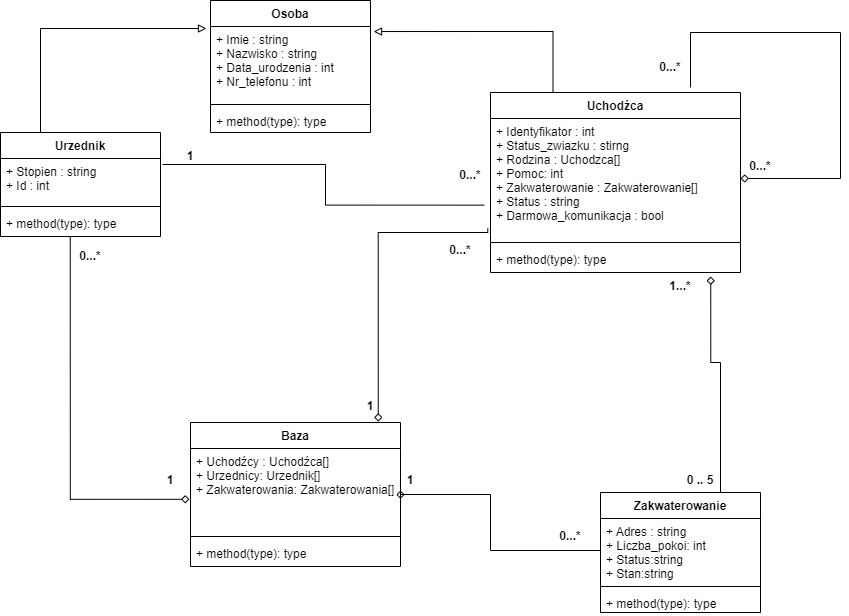
This is diagramy klas/diagram klas.drawio.png from TheRipSon/inzyneria-oprogramowania, a draw.io export, as it was before one commit. Source tidied: cells renumbered, new cells last; positions are measured from the earlier drawing's top-left corner, leaving out a move shared by most shapes. Its diagram source:
```xml
<mxGraphModel>
  <root>
    <mxCell id="0" />
    <mxCell id="1" parent="0" />
    <mxCell id="2" value="Osoba" style="swimlane;fontStyle=1;align=center;verticalAlign=top;horizontal=1;startSize=26;" parent="1" vertex="1">
      <mxGeometry x="210" width="160" height="132" as="geometry" />
    </mxCell>
    <mxCell id="3" value="+ Imie : string&#10;+ Nazwisko : string&#10;+ Data_urodzenia : int&#10;+ Nr_telefonu : int" style="text;strokeColor=none;fillColor=none;align=left;verticalAlign=top;spacingLeft=4;spacingRight=4;overflow=hidden;points=[[0,0.5],[1,0.5]];portConstraint=eastwest;" parent="2" vertex="1">
      <mxGeometry y="26" width="160" height="74" as="geometry" />
    </mxCell>
    <mxCell id="4" style="line;strokeWidth=1;fillColor=none;align=left;verticalAlign=middle;spacingTop=-1;spacingLeft=3;spacingRight=3;labelPosition=right;" parent="2" vertex="1">
      <mxGeometry y="100" width="160" height="8" as="geometry" />
    </mxCell>
    <mxCell id="5" value="+ method(type): type" style="text;strokeColor=none;fillColor=none;align=left;verticalAlign=top;spacingLeft=4;spacingRight=4;overflow=hidden;" parent="2" vertex="1">
      <mxGeometry y="108" width="160" height="24" as="geometry" />
    </mxCell>
    <mxCell id="6" value="Uchodźca" style="swimlane;fontStyle=1;align=center;verticalAlign=top;horizontal=1;startSize=26;" parent="1" vertex="1">
      <mxGeometry x="490" y="92" width="250" height="180" as="geometry" />
    </mxCell>
    <mxCell id="7" value="+ Identyfikator : int&#10;+ Status_zwiazku : stirng&#10;+ Rodzina : Uchodzca[]&#10;+ Pomoc: int&#10;+ Zakwaterowanie : Zakwaterowanie[]&#10;+ Status : string&#10;+ Darmowa_komunikacja : bool" style="text;strokeColor=none;fillColor=none;align=left;verticalAlign=top;spacingLeft=4;spacingRight=4;overflow=hidden;points=[[0,0.5],[1,0.5]];portConstraint=eastwest;" parent="6" vertex="1">
      <mxGeometry y="26" width="250" height="120" as="geometry" />
    </mxCell>
    <mxCell id="8" style="line;strokeWidth=1;fillColor=none;align=left;verticalAlign=middle;spacingTop=-1;spacingLeft=3;spacingRight=3;labelPosition=right;" parent="6" vertex="1">
      <mxGeometry y="146" width="250" height="8" as="geometry" />
    </mxCell>
    <mxCell id="9" value="+ method(type): type" style="text;strokeColor=none;fillColor=none;align=left;verticalAlign=top;spacingLeft=4;spacingRight=4;overflow=hidden;points=[[0,0.5],[1,0.5]];portConstraint=eastwest;" parent="6" vertex="1">
      <mxGeometry y="154" width="250" height="26" as="geometry" />
    </mxCell>
    <mxCell id="10" style="edgeStyle=orthogonalEdgeStyle;rounded=0;jettySize=auto;html=1;entryX=0.8;entryY=-0.028;entryDx=0;entryDy=0;exitX=1;exitY=0.5;exitDx=0;exitDy=0;endArrow=none;endFill=0;startArrow=diamond;startFill=0;entryPerimeter=0;" parent="6" edge="1" source="7" target="6">
      <mxGeometry relative="1" as="geometry">
        <Array as="points">
          <mxPoint x="350" y="86" />
          <mxPoint x="350" y="-60" />
          <mxPoint x="200" y="-60" />
        </Array>
      </mxGeometry>
    </mxCell>
    <mxCell id="11" value="Zakwaterowanie" style="swimlane;fontStyle=1;align=center;verticalAlign=top;horizontal=1;startSize=26;" parent="1" vertex="1">
      <mxGeometry x="600" y="492" width="160" height="120" as="geometry" />
    </mxCell>
    <mxCell id="12" value="+ Adres : string&#10;+ Liczba_pokoi: int&#10;+ Status:string&#10;+ Stan:string" style="text;strokeColor=none;fillColor=none;align=left;verticalAlign=top;spacingLeft=4;spacingRight=4;overflow=hidden;points=[[0,0.5],[1,0.5]];portConstraint=eastwest;" parent="11" vertex="1">
      <mxGeometry y="26" width="160" height="64" as="geometry" />
    </mxCell>
    <mxCell id="13" style="line;strokeWidth=1;fillColor=none;align=left;verticalAlign=middle;spacingTop=-1;spacingLeft=3;spacingRight=3;labelPosition=right;" parent="11" vertex="1">
      <mxGeometry y="90" width="160" height="8" as="geometry" />
    </mxCell>
    <mxCell id="14" value="+ method(type): type" style="text;strokeColor=none;fillColor=none;align=left;verticalAlign=top;spacingLeft=4;spacingRight=4;overflow=hidden;" parent="11" vertex="1">
      <mxGeometry y="98" width="160" height="22" as="geometry" />
    </mxCell>
    <mxCell id="15" value="Urzednik" style="swimlane;fontStyle=1;align=center;verticalAlign=top;horizontal=1;startSize=26;" parent="1" vertex="1">
      <mxGeometry y="132" width="160" height="104" as="geometry" />
    </mxCell>
    <mxCell id="16" value="+ Stopien : string&#10;+ Id : int" style="text;strokeColor=none;fillColor=none;align=left;verticalAlign=top;spacingLeft=4;spacingRight=4;overflow=hidden;points=[[0,0.5],[1,0.5]];portConstraint=eastwest;" parent="15" vertex="1">
      <mxGeometry y="26" width="160" height="44" as="geometry" />
    </mxCell>
    <mxCell id="17" style="line;strokeWidth=1;fillColor=none;align=left;verticalAlign=middle;spacingTop=-1;spacingLeft=3;spacingRight=3;labelPosition=right;" parent="15" vertex="1">
      <mxGeometry y="70" width="160" height="8" as="geometry" />
    </mxCell>
    <mxCell id="18" value="+ method(type): type" style="text;strokeColor=none;fillColor=none;align=left;verticalAlign=top;spacingLeft=4;spacingRight=4;overflow=hidden;points=[[0,0.5],[1,0.5]];portConstraint=eastwest;" parent="15" vertex="1">
      <mxGeometry y="78" width="160" height="26" as="geometry" />
    </mxCell>
    <mxCell id="19" value="Baza" style="swimlane;fontStyle=1;align=center;verticalAlign=top;horizontal=1;startSize=26;" parent="1" vertex="1">
      <mxGeometry x="190" y="422" width="210" height="144" as="geometry" />
    </mxCell>
    <mxCell id="20" value="+ Uchodźcy : Uchodźca[]&#10;+ Urzednicy: Urzednik[]&#10;+ Zakwaterowania: Zakwaterowania[]" style="text;strokeColor=none;fillColor=none;align=left;verticalAlign=top;spacingLeft=4;spacingRight=4;overflow=hidden;points=[[0,0.5],[1,0.5]];portConstraint=eastwest;" parent="19" vertex="1">
      <mxGeometry y="26" width="210" height="84" as="geometry" />
    </mxCell>
    <mxCell id="21" style="line;strokeWidth=1;fillColor=none;align=left;verticalAlign=middle;spacingTop=-1;spacingLeft=3;spacingRight=3;labelPosition=right;" parent="19" vertex="1">
      <mxGeometry y="110" width="210" height="8" as="geometry" />
    </mxCell>
    <mxCell id="22" value="+ method(type): type" style="text;strokeColor=none;fillColor=none;align=left;verticalAlign=top;spacingLeft=4;spacingRight=4;overflow=hidden;" parent="19" vertex="1">
      <mxGeometry y="118" width="210" height="26" as="geometry" />
    </mxCell>
    <mxCell id="23" style="edgeStyle=orthogonalEdgeStyle;rounded=0;jettySize=auto;html=1;entryX=1.019;entryY=0.068;entryDx=0;entryDy=0;entryPerimeter=0;exitX=0.25;exitY=0;exitDx=0;exitDy=0;endArrow=block;endFill=0;startArrow=none;startFill=0;" parent="1" edge="1" source="6" target="3">
      <mxGeometry relative="1" as="geometry" />
    </mxCell>
    <mxCell id="24" style="edgeStyle=orthogonalEdgeStyle;rounded=0;jettySize=auto;html=1;entryX=0.25;entryY=0;entryDx=0;entryDy=0;exitX=-0.025;exitY=0.027;exitDx=0;exitDy=0;endArrow=none;endFill=0;exitPerimeter=0;startArrow=block;startFill=0;" parent="1" edge="1" source="3" target="15">
      <mxGeometry relative="1" as="geometry" />
    </mxCell>
    <mxCell id="25" value="0...*" style="text;align=center;fontStyle=1;verticalAlign=middle;spacingLeft=3;spacingRight=3;strokeColor=none;" parent="1" vertex="1">
      <mxGeometry x="50" y="242" width="80" height="26" as="geometry" />
    </mxCell>
    <mxCell id="26" value="1" style="text;align=center;fontStyle=1;verticalAlign=middle;spacingLeft=3;spacingRight=3;strokeColor=none;" parent="1" vertex="1">
      <mxGeometry x="330" y="392" width="80" height="26" as="geometry" />
    </mxCell>
    <mxCell id="27" style="edgeStyle=orthogonalEdgeStyle;rounded=0;jettySize=auto;html=1;entryX=1.013;entryY=0.136;entryDx=0;entryDy=0;exitX=-0.025;exitY=0.722;exitDx=0;exitDy=0;endArrow=none;endFill=0;exitPerimeter=0;startArrow=none;startFill=0;entryPerimeter=0;" parent="1" edge="1" source="7" target="16">
      <mxGeometry relative="1" as="geometry" />
    </mxCell>
    <mxCell id="28" value="1" style="text;align=center;fontStyle=1;verticalAlign=middle;spacingLeft=3;spacingRight=3;strokeColor=none;" parent="1" vertex="1">
      <mxGeometry x="370" y="466" width="80" height="26" as="geometry" />
    </mxCell>
    <mxCell id="29" style="edgeStyle=orthogonalEdgeStyle;rounded=0;jettySize=auto;html=1;entryX=0.75;entryY=0;entryDx=0;entryDy=0;exitX=0.881;exitY=1.154;exitDx=0;exitDy=0;endArrow=none;endFill=0;exitPerimeter=0;startArrow=diamond;startFill=0;" parent="1" edge="1" source="9" target="11">
      <mxGeometry relative="1" as="geometry">
        <Array as="points">
          <mxPoint x="710" y="362" />
          <mxPoint x="720" y="362" />
        </Array>
      </mxGeometry>
    </mxCell>
    <mxCell id="30" value="0...*" style="text;align=center;fontStyle=1;verticalAlign=middle;spacingLeft=3;spacingRight=3;strokeColor=none;" parent="1" vertex="1">
      <mxGeometry x="430" y="161" width="80" height="26" as="geometry" />
    </mxCell>
    <mxCell id="31" value="1" style="text;align=center;fontStyle=1;verticalAlign=middle;spacingLeft=3;spacingRight=3;strokeColor=none;" parent="1" vertex="1">
      <mxGeometry x="150" y="142" width="80" height="26" as="geometry" />
    </mxCell>
    <mxCell id="32" value="0 .. 5" style="text;align=center;fontStyle=1;verticalAlign=middle;spacingLeft=3;spacingRight=3;strokeColor=none;" parent="1" vertex="1">
      <mxGeometry x="660" y="466" width="80" height="26" as="geometry" />
    </mxCell>
    <mxCell id="33" value="1...*" style="text;align=center;fontStyle=1;verticalAlign=middle;spacingLeft=3;spacingRight=3;strokeColor=none;" parent="1" vertex="1">
      <mxGeometry x="640" y="272" width="80" height="26" as="geometry" />
    </mxCell>
    <mxCell id="34" value="0...*" style="text;align=center;fontStyle=1;verticalAlign=middle;spacingLeft=3;spacingRight=3;strokeColor=none;" parent="1" vertex="1">
      <mxGeometry x="630" y="53" width="80" height="26" as="geometry" />
    </mxCell>
    <mxCell id="35" value="0...*" style="text;align=center;fontStyle=1;verticalAlign=middle;spacingLeft=3;spacingRight=3;strokeColor=none;" parent="1" vertex="1">
      <mxGeometry x="720" y="152" width="80" height="26" as="geometry" />
    </mxCell>
    <mxCell id="36" style="edgeStyle=orthogonalEdgeStyle;rounded=0;jettySize=auto;html=1;entryX=0;entryY=0.5;entryDx=0;entryDy=0;endArrow=none;endFill=0;startArrow=diamond;startFill=0;exitX=1;exitY=0.5;exitDx=0;exitDy=0;" parent="1" edge="1" source="20" target="12">
      <mxGeometry relative="1" as="geometry">
        <Array as="points">
          <mxPoint x="400" y="494" />
          <mxPoint x="490" y="494" />
          <mxPoint x="490" y="550" />
        </Array>
      </mxGeometry>
    </mxCell>
    <mxCell id="37" style="edgeStyle=orthogonalEdgeStyle;rounded=0;jettySize=auto;html=1;entryX=-0.011;entryY=0.916;entryDx=0;entryDy=0;exitX=0.894;exitY=-0.006;exitDx=0;exitDy=0;endArrow=none;endFill=0;exitPerimeter=0;startArrow=diamond;startFill=0;entryPerimeter=0;" parent="1" edge="1" source="19" target="7">
      <mxGeometry relative="1" as="geometry">
        <Array as="points">
          <mxPoint x="378" y="232" />
          <mxPoint x="487" y="232" />
        </Array>
      </mxGeometry>
    </mxCell>
    <mxCell id="38" value="1" style="text;align=center;fontStyle=1;verticalAlign=middle;spacingLeft=3;spacingRight=3;strokeColor=none;" parent="1" vertex="1">
      <mxGeometry x="130" y="466" width="80" height="26" as="geometry" />
    </mxCell>
    <mxCell id="39" style="edgeStyle=orthogonalEdgeStyle;rounded=0;jettySize=auto;html=1;entryX=0.436;entryY=1.015;entryDx=0;entryDy=0;exitX=-0.005;exitY=0.605;exitDx=0;exitDy=0;endArrow=none;endFill=0;exitPerimeter=0;startArrow=diamond;startFill=0;entryPerimeter=0;" parent="1" edge="1" source="20" target="18">
      <mxGeometry relative="1" as="geometry">
        <Array as="points">
          <mxPoint x="70" y="499" />
        </Array>
      </mxGeometry>
    </mxCell>
    <mxCell id="40" value="0...*" style="text;align=center;fontStyle=1;verticalAlign=middle;spacingLeft=3;spacingRight=3;strokeColor=none;" parent="1" vertex="1">
      <mxGeometry x="420" y="236" width="80" height="26" as="geometry" />
    </mxCell>
    <mxCell id="41" value="0...*" style="text;align=center;fontStyle=1;verticalAlign=middle;spacingLeft=3;spacingRight=3;strokeColor=none;" parent="1" vertex="1">
      <mxGeometry x="530" y="522" width="80" height="26" as="geometry" />
    </mxCell>
  </root>
</mxGraphModel>
```
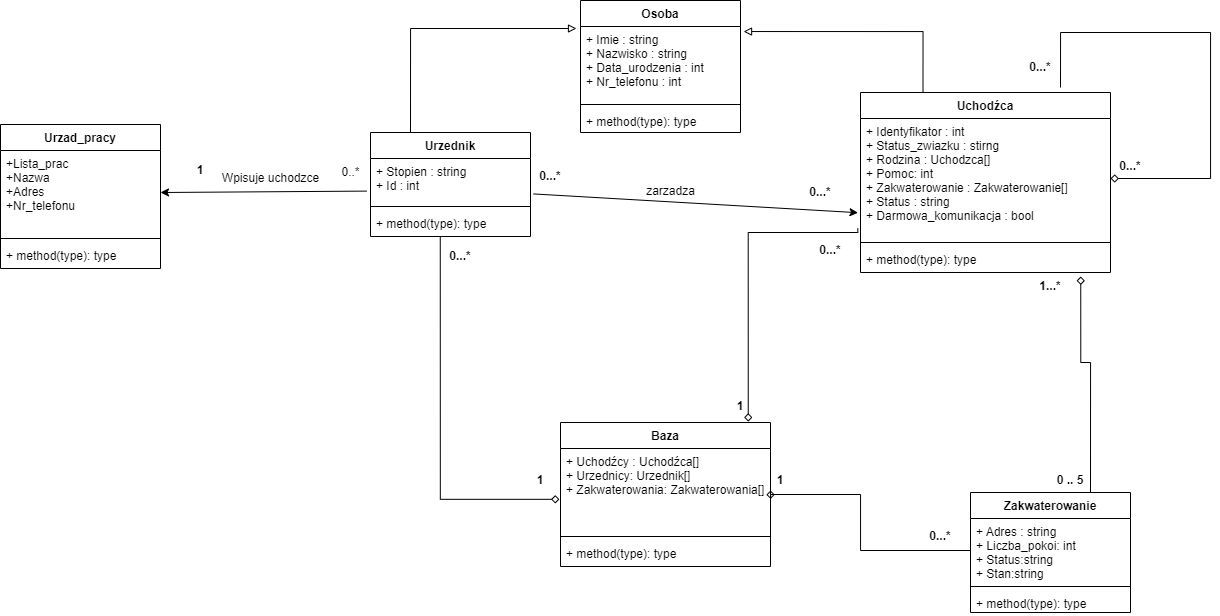
The same file after the commit.

What changed in the source:
```diff
@@ -83,9 +83,6 @@
     <mxCell id="26" value="1" style="text;align=center;fontStyle=1;verticalAlign=middle;spacingLeft=3;spacingRight=3;strokeColor=none;" parent="1" vertex="1">
       <mxGeometry x="330" y="392" width="80" height="26" as="geometry" />
     </mxCell>
-    <mxCell id="27" style="edgeStyle=orthogonalEdgeStyle;rounded=0;jettySize=auto;html=1;entryX=1.013;entryY=0.136;entryDx=0;entryDy=0;exitX=-0.025;exitY=0.722;exitDx=0;exitDy=0;endArrow=none;endFill=0;exitPerimeter=0;startArrow=none;startFill=0;entryPerimeter=0;" parent="1" edge="1" source="7" target="16">
-      <mxGeometry relative="1" as="geometry" />
-    </mxCell>
     <mxCell id="28" value="1" style="text;align=center;fontStyle=1;verticalAlign=middle;spacingLeft=3;spacingRight=3;strokeColor=none;" parent="1" vertex="1">
       <mxGeometry x="370" y="466" width="80" height="26" as="geometry" />
     </mxCell>
@@ -98,10 +95,10 @@
       </mxGeometry>
     </mxCell>
     <mxCell id="30" value="0...*" style="text;align=center;fontStyle=1;verticalAlign=middle;spacingLeft=3;spacingRight=3;strokeColor=none;" parent="1" vertex="1">
-      <mxGeometry x="430" y="161" width="80" height="26" as="geometry" />
+      <mxGeometry x="410" y="178" width="80" height="26" as="geometry" />
     </mxCell>
-    <mxCell id="31" value="1" style="text;align=center;fontStyle=1;verticalAlign=middle;spacingLeft=3;spacingRight=3;strokeColor=none;" parent="1" vertex="1">
-      <mxGeometry x="150" y="142" width="80" height="26" as="geometry" />
+    <mxCell id="31" value="0...*" style="text;align=center;fontStyle=1;verticalAlign=middle;spacingLeft=3;spacingRight=3;strokeColor=none;" parent="1" vertex="1">
+      <mxGeometry x="140" y="162" width="80" height="26" as="geometry" />
     </mxCell>
     <mxCell id="32" value="0 .. 5" style="text;align=center;fontStyle=1;verticalAlign=middle;spacingLeft=3;spacingRight=3;strokeColor=none;" parent="1" vertex="1">
       <mxGeometry x="660" y="466" width="80" height="26" as="geometry" />
@@ -133,7 +130,7 @@
       </mxGeometry>
     </mxCell>
     <mxCell id="38" value="1" style="text;align=center;fontStyle=1;verticalAlign=middle;spacingLeft=3;spacingRight=3;strokeColor=none;" parent="1" vertex="1">
-      <mxGeometry x="130" y="466" width="80" height="26" as="geometry" />
+      <mxGeometry x="-210" y="156" width="80" height="26" as="geometry" />
     </mxCell>
     <mxCell id="39" style="edgeStyle=orthogonalEdgeStyle;rounded=0;jettySize=auto;html=1;entryX=0.436;entryY=1.015;entryDx=0;entryDy=0;exitX=-0.005;exitY=0.605;exitDx=0;exitDy=0;endArrow=none;endFill=0;exitPerimeter=0;startArrow=diamond;startFill=0;entryPerimeter=0;" parent="1" edge="1" source="20" target="18">
       <mxGeometry relative="1" as="geometry">
@@ -148,5 +145,35 @@
     <mxCell id="41" value="0...*" style="text;align=center;fontStyle=1;verticalAlign=middle;spacingLeft=3;spacingRight=3;strokeColor=none;" parent="1" vertex="1">
       <mxGeometry x="530" y="522" width="80" height="26" as="geometry" />
     </mxCell>
+    <mxCell id="42" value="Urzad_pracy" style="swimlane;fontStyle=1;align=center;verticalAlign=top;horizontal=1;startSize=26;" parent="1" vertex="1">
+      <mxGeometry x="-370" y="124" width="160" height="144" as="geometry" />
+    </mxCell>
+    <mxCell id="43" value="+Lista_prac&#10;+Nazwa&#10;+Adres&#10;+Nr_telefonu" style="text;strokeColor=none;fillColor=none;align=left;verticalAlign=top;spacingLeft=4;spacingRight=4;overflow=hidden;points=[[0,0.5],[1,0.5]];portConstraint=eastwest;" parent="42" vertex="1">
+      <mxGeometry y="26" width="160" height="84" as="geometry" />
+    </mxCell>
+    <mxCell id="44" style="line;strokeWidth=1;fillColor=none;align=left;verticalAlign=middle;spacingTop=-1;spacingLeft=3;spacingRight=3;labelPosition=right;" parent="42" vertex="1">
+      <mxGeometry y="110" width="160" height="8" as="geometry" />
+    </mxCell>
+    <mxCell id="45" value="+ method(type): type" style="text;strokeColor=none;fillColor=none;align=left;verticalAlign=top;spacingLeft=4;spacingRight=4;overflow=hidden;" parent="42" vertex="1">
+      <mxGeometry y="118" width="160" height="26" as="geometry" />
+    </mxCell>
+    <mxCell id="46" value="0..*" style="text;html=1;align=center;verticalAlign=middle;strokeColor=none;fillColor=none;" parent="1" vertex="1">
+      <mxGeometry x="-35" y="162" width="30" height="20" as="geometry" />
+    </mxCell>
+    <mxCell id="47" value="1" style="text;align=center;fontStyle=1;verticalAlign=middle;spacingLeft=3;spacingRight=3;strokeColor=none;" parent="1" vertex="1">
+      <mxGeometry x="130" y="466" width="80" height="26" as="geometry" />
+    </mxCell>
+    <mxCell id="48" style="endArrow=classic;html=1;rounded=0;exitX=-0.023;exitY=0.741;exitDx=0;exitDy=0;exitPerimeter=0;entryX=1;entryY=0.5;entryDx=0;entryDy=0;" parent="1" edge="1" source="16" target="43">
+      <mxGeometry relative="1" as="geometry" />
+    </mxCell>
+    <mxCell id="49" value="Wpisuje uchodzce" style="text;html=1;align=center;verticalAlign=middle;strokeColor=none;fillColor=none;" parent="1" vertex="1">
+      <mxGeometry x="-155" y="168" width="110" height="20" as="geometry" />
+    </mxCell>
+    <mxCell id="50" style="endArrow=classic;html=1;rounded=0;exitX=1.018;exitY=0.805;exitDx=0;exitDy=0;exitPerimeter=0;entryX=-0.01;entryY=0.785;entryDx=0;entryDy=0;entryPerimeter=0;" parent="1" edge="1" source="16" target="7">
+      <mxGeometry relative="1" as="geometry" />
+    </mxCell>
+    <mxCell id="51" value="zarzadza" style="text;html=1;align=center;verticalAlign=middle;strokeColor=none;fillColor=none;" parent="1" vertex="1">
+      <mxGeometry x="270" y="181" width="60" height="20" as="geometry" />
+    </mxCell>
   </root>
 </mxGraphModel>
```
